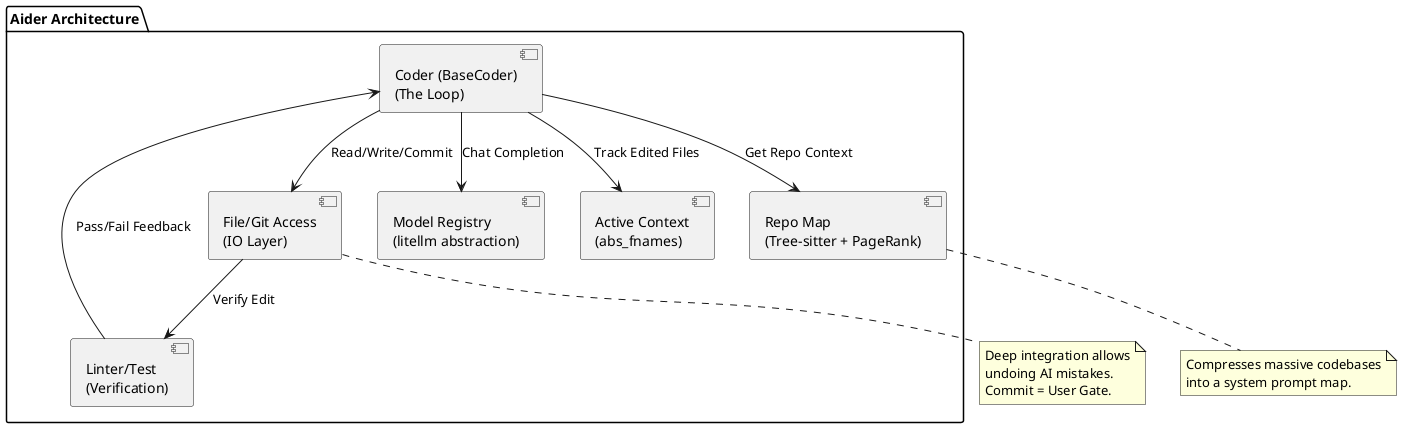
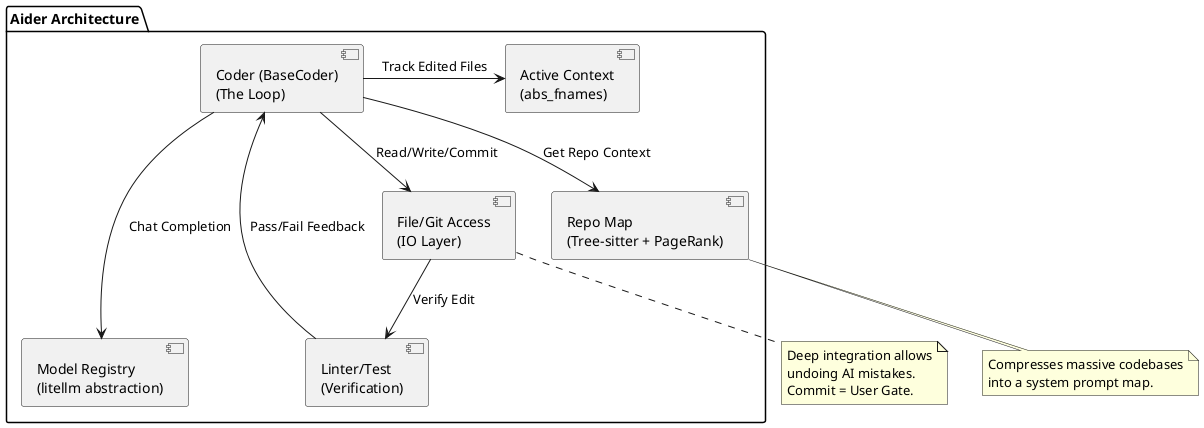
@startuml
' Product: Aider
' URL: https://aider.chat/

package "Aider Architecture" {
    [Coder (BaseCoder)\n(The Loop)] as CODER
    [Repo Map\n(Tree-sitter + PageRank)] as MAP
    [File/Git Access\n(IO Layer)] as GIT
    [Model Registry\n(litellm abstraction)] as MODELS
    [Active Context\n(abs_fnames)] as MEM
    [Linter/Test\n(Verification)] as EVAL
}

- CODER --> MEM : "Track Edited Files"
+ CODER -> MEM : "Track Edited Files"
CODER --> MAP : "Get Repo Context"
- CODER --> MODELS : "Chat Completion"
+ CODER ---> MODELS : "Chat Completion"
CODER --> GIT : "Read/Write/Commit"
GIT --> EVAL : "Verify Edit"
EVAL --> CODER : "Pass/Fail Feedback"

note bottom of MAP
  Compresses massive codebases
  into a system prompt map.
end note

note bottom of GIT
  Deep integration allows
  undoing AI mistakes.
  Commit = User Gate.
end note
@enduml
